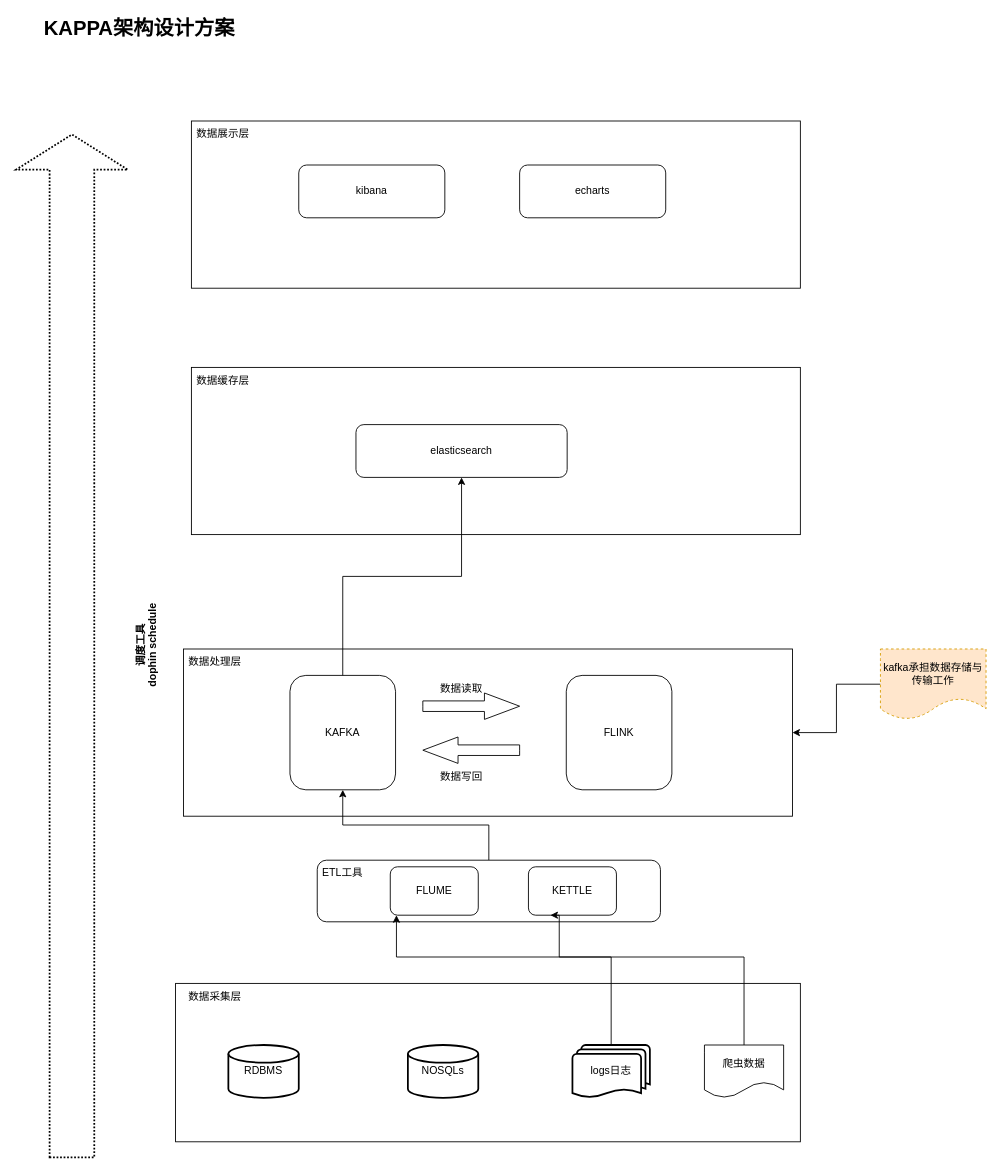
Above: page "KAPPA架构" (2 of 2) of 大数据架构.drawio in heyuan-sys/testgit (draw.io), before the change. Source tidied: cells renumbered, new cells numbered last; positions are measured from the earlier drawing's top-left corner, leaving out a move shared by most shapes. Both pictures are drawn from the tidied source at 88%, with x=0, y=0 at pixel (-440, 15).
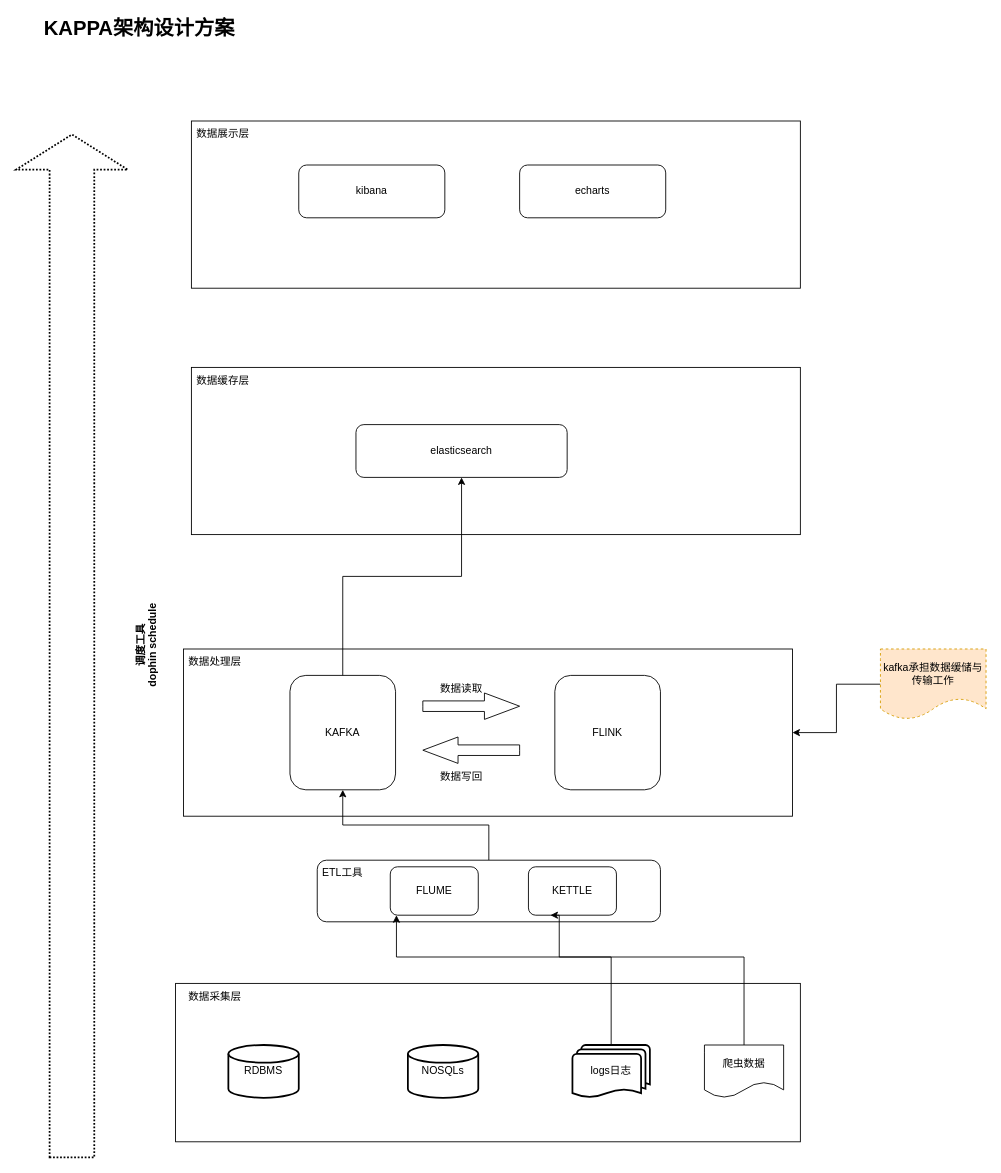
Above is the later version.

Commit message:
更新大数据架构.drawio

Change to the diagram source:
```diff
@@
     <mxCell id="11" value="FLINK" style="rounded=1;whiteSpace=wrap;html=1;" parent="1" vertex="1">
-      <mxGeometry x="1143" y="750" width="120" height="130" as="geometry" />
+      <mxGeometry x="1130" y="750" width="120" height="130" as="geometry" />
     </mxCell>
@@
-    <mxCell id="30" value="kafka承担数据存储与传输工作" style="shape=document;whiteSpace=wrap;html=1;boundedLbl=1;fillColor=#ffe6cc;strokeColor=#d79b00;dashed=1;" parent="1" vertex="1">
+    <mxCell id="30" value="kafka承担数据缓储与传输工作" style="shape=document;whiteSpace=wrap;html=1;boundedLbl=1;fillColor=#ffe6cc;strokeColor=#d79b00;dashed=1;" parent="1" vertex="1">
       <mxGeometry x="1500" y="720" width="120" height="80" as="geometry" />
     </mxCell>
```
